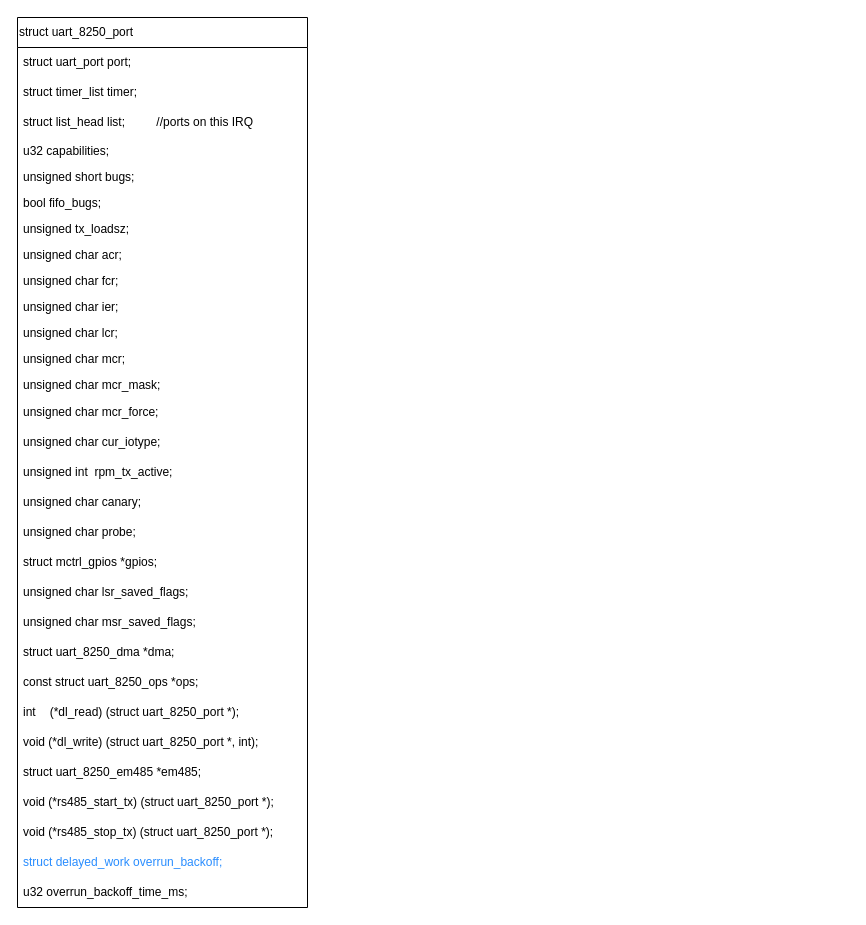
Before: uart/uart-port-struct.drawio in ktinkone/draw-io-works, a draw.io diagram. Source tidied: cells renumbered, new cells numbered last; positions are measured from the earlier drawing's top-left corner, leaving out a move shared by most shapes. Both pictures are drawn from the tidied source at 100%, with x=0, y=0 at pixel (17, 17).
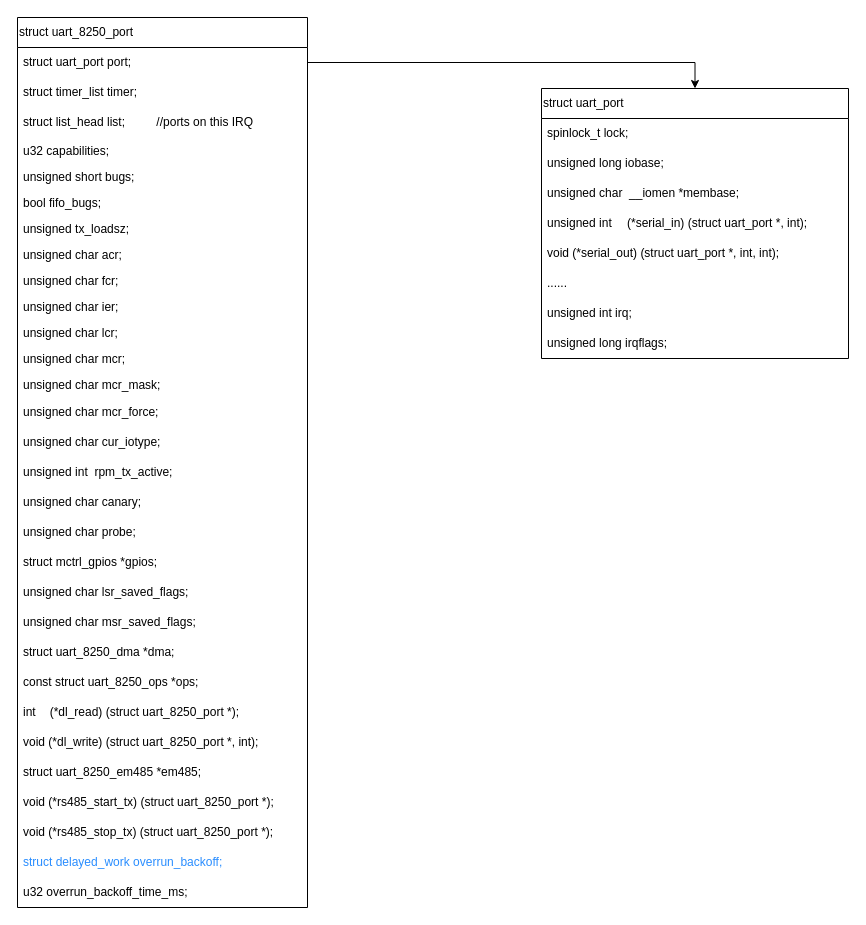
The same page after the edit.

Unchanged cells that the change refers to:
```xml
<mxCell id="3" value="struct uart_port port;" style="text;strokeColor=none;fillColor=none;align=left;verticalAlign=middle;spacingLeft=4;spacingRight=4;overflow=hidden;points=[[0,0.5],[1,0.5]];portConstraint=eastwest;whiteSpace=wrap;html=1;" parent="2" vertex="1">
  <mxGeometry y="30" width="290" height="30" as="geometry" />
</mxCell>
```

What changed in the source:
```diff
@@
+    <mxCell id="33" value="struct uart_port" style="swimlane;fontStyle=0;horizontal=1;startSize=30;whiteSpace=wrap;html=1;align=left;" parent="1" vertex="1">
+      <mxGeometry x="524" y="71" width="307" height="270" as="geometry" />
+    </mxCell>
+    <mxCell id="34" value="spinlock_t lock;" style="text;strokeColor=none;fillColor=none;align=left;verticalAlign=middle;spacingLeft=4;spacingRight=4;overflow=hidden;whiteSpace=wrap;html=1;" parent="33" vertex="1">
+      <mxGeometry y="30" width="307" height="30" as="geometry" />
+    </mxCell>
+    <mxCell id="35" value="unsigned long iobase;" style="text;strokeColor=none;fillColor=none;align=left;verticalAlign=middle;spacingLeft=4;spacingRight=4;overflow=hidden;whiteSpace=wrap;html=1;" parent="33" vertex="1">
+      <mxGeometry y="60" width="307" height="30" as="geometry" />
+    </mxCell>
+    <mxCell id="36" value="unsigned char&amp;nbsp; __iomen *membase;" style="text;strokeColor=none;fillColor=none;align=left;verticalAlign=middle;spacingLeft=4;spacingRight=4;overflow=hidden;whiteSpace=wrap;html=1;" parent="33" vertex="1">
+      <mxGeometry y="90" width="307" height="30" as="geometry" />
+    </mxCell>
+    <mxCell id="37" value="unsigned int&lt;span style=&quot;white-space: pre;&quot;&gt;&#9;&lt;/span&gt;(*serial_in) (struct uart_port *, int);" style="text;strokeColor=none;fillColor=none;align=left;verticalAlign=middle;spacingLeft=4;spacingRight=4;overflow=hidden;whiteSpace=wrap;html=1;" parent="33" vertex="1">
+      <mxGeometry y="120" width="307" height="30" as="geometry" />
+    </mxCell>
+    <mxCell id="38" value="void (*serial_out) (struct uart_port *, int, int);" style="text;strokeColor=none;fillColor=none;align=left;verticalAlign=middle;spacingLeft=4;spacingRight=4;overflow=hidden;whiteSpace=wrap;html=1;" parent="33" vertex="1">
+      <mxGeometry y="150" width="307" height="30" as="geometry" />
+    </mxCell>
+    <mxCell id="39" value="......" style="text;strokeColor=none;fillColor=none;align=left;verticalAlign=middle;spacingLeft=4;spacingRight=4;overflow=hidden;whiteSpace=wrap;html=1;" parent="33" vertex="1">
+      <mxGeometry y="180" width="307" height="30" as="geometry" />
+    </mxCell>
+    <mxCell id="40" value="unsigned int irq;" style="text;strokeColor=none;fillColor=none;align=left;verticalAlign=middle;spacingLeft=4;spacingRight=4;overflow=hidden;whiteSpace=wrap;html=1;" parent="33" vertex="1">
+      <mxGeometry y="210" width="307" height="30" as="geometry" />
+    </mxCell>
+    <mxCell id="41" value="unsigned long irqflags;" style="text;strokeColor=none;fillColor=none;align=left;verticalAlign=middle;spacingLeft=4;spacingRight=4;overflow=hidden;whiteSpace=wrap;html=1;" parent="33" vertex="1">
+      <mxGeometry y="240" width="307" height="30" as="geometry" />
+    </mxCell>
+    <mxCell id="42" style="edgeStyle=orthogonalEdgeStyle;rounded=0;jettySize=auto;html=1;exitX=1;exitY=0.5;exitDx=0;exitDy=0;entryX=0.5;entryY=0;entryDx=0;entryDy=0;" parent="1" edge="1" source="3" target="33">
+      <mxGeometry relative="1" as="geometry" />
+    </mxCell>
```
